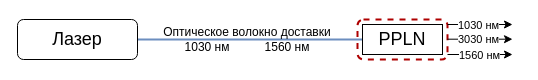
This is Presentation/images/problem_ppln.drawio from 3dsoundfromtagan/Russian-Phd-LaTeX-Dissertation-Template, a draw.io file, before an edit. Source tidied: cells renumbered, new cells numbered last; positions are measured from the earlier drawing's top-left corner, leaving out a move shared by most shapes. Both pictures are drawn from the tidied source at 100%, with x=0, y=0 at pixel (17, 19).
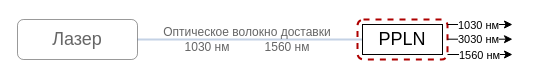
Above is the later version.

Change to the diagram source:
```diff
@@
 <mxGraphModel>
   <root>
     <mxCell id="0" />
     <mxCell id="1" parent="0" />
-    <mxCell id="2" style="edgeStyle=orthogonalEdgeStyle;rounded=0;jettySize=auto;html=1;exitX=1;exitY=0.5;exitDx=0;exitDy=0;entryX=0;entryY=0.5;entryDx=0;entryDy=0;fillColor=#dae8fc;strokeColor=#6c8ebf;endArrow=none;endFill=0;strokeWidth=2;" parent="1" edge="1" source="3" target="6">
+    <mxCell id="2" style="edgeStyle=orthogonalEdgeStyle;rounded=0;jettySize=auto;html=1;exitX=1;exitY=0.5;exitDx=0;exitDy=0;entryX=0;entryY=0.5;entryDx=0;entryDy=0;fillColor=#dae8fc;strokeColor=#6c8ebf;endArrow=none;endFill=0;strokeWidth=2;opacity=40;" parent="1" edge="1" source="3" target="6">
       <mxGeometry relative="1" as="geometry" />
     </mxCell>
-    <mxCell id="3" value="&lt;font style=&quot;font-size: 18px;&quot;&gt;Лазер&lt;/font&gt;" style="rounded=1;whiteSpace=wrap;html=1;" parent="1" vertex="1">
+    <mxCell id="3" value="&lt;font style=&quot;font-size: 18px; color: rgb(102, 102, 102);&quot;&gt;Лазер&lt;/font&gt;" style="rounded=1;whiteSpace=wrap;html=1;opacity=40;" parent="1" vertex="1">
       <mxGeometry width="120" height="40" as="geometry" />
     </mxCell>
-    <mxCell id="4" value="Оптическое волокно доставки&lt;div&gt;1030 нм&lt;span style=&quot;white-space: pre;&quot;&gt;&#9;&lt;/span&gt;&lt;span style=&quot;white-space: pre;&quot;&gt;&#9;&lt;/span&gt;1560 нм&lt;/div&gt;" style="whiteSpace=wrap;html=1;rounded=1;dashed=1;fillColor=none;strokeColor=none;strokeWidth=2;" parent="1" vertex="1">
+    <mxCell id="4" value="&lt;font style=&quot;color: rgb(102, 102, 102);&quot;&gt;Оптическое волокно доставки&lt;/font&gt;&lt;div&gt;&lt;font style=&quot;color: rgb(102, 102, 102);&quot;&gt;1030 нм&lt;span style=&quot;white-space: pre;&quot;&gt;&#9;&lt;/span&gt;&lt;span style=&quot;white-space: pre;&quot;&gt;&#9;&lt;/span&gt;1560 нм&lt;/font&gt;&lt;/div&gt;" style="whiteSpace=wrap;html=1;rounded=1;dashed=1;fillColor=none;strokeColor=none;strokeWidth=2;opacity=40;" parent="1" vertex="1">
       <mxGeometry x="120" width="220" height="40" as="geometry" />
     </mxCell>
     <mxCell id="5" style="whiteSpace=wrap;html=1;rounded=1;dashed=1;fillColor=none;strokeColor=#AE0000;strokeWidth=2;" parent="1" vertex="1">
       <mxGeometry x="340" width="90" height="40" as="geometry" />
     </mxCell>
     <mxCell id="6" value="&lt;font style=&quot;font-size: 18px;&quot;&gt;PPLN&lt;/font&gt;" style="rounded=0;whiteSpace=wrap;html=1;" parent="1" vertex="1">
       <mxGeometry x="345" y="5" width="80" height="30" as="geometry" />
     </mxCell>
     <mxCell id="7" style="endArrow=classic;html=1;rounded=0;" parent="1" edge="1">
       <mxGeometry relative="1" as="geometry">
         <mxPoint x="430" y="5" as="sourcePoint" />
         <mxPoint x="495" y="5" as="targetPoint" />
       </mxGeometry>
     </mxCell>
     <mxCell id="8" value="1030 нм" style="edgeLabel;html=1;align=center;verticalAlign=middle;" parent="7" vertex="1">
       <mxGeometry x="0.1" y="2" relative="1" as="geometry">
         <mxPoint x="-6" y="2" as="offset" />
       </mxGeometry>
     </mxCell>
     <mxCell id="9" style="endArrow=classic;html=1;rounded=0;" parent="1" edge="1">
       <mxGeometry relative="1" as="geometry">
         <mxPoint x="430" y="19.7" as="sourcePoint" />
         <mxPoint x="495" y="19.7" as="targetPoint" />
       </mxGeometry>
     </mxCell>
     <mxCell id="10" value="3030 нм" style="edgeLabel;html=1;align=center;verticalAlign=middle;" parent="9" vertex="1">
       <mxGeometry x="0.1" y="2" relative="1" as="geometry">
         <mxPoint x="-6" y="2" as="offset" />
       </mxGeometry>
     </mxCell>
     <mxCell id="11" style="endArrow=classic;html=1;rounded=0;" parent="1" edge="1">
       <mxGeometry relative="1" as="geometry">
         <mxPoint x="430" y="35" as="sourcePoint" />
         <mxPoint x="495" y="35" as="targetPoint" />
       </mxGeometry>
     </mxCell>
     <mxCell id="12" value="1560 нм" style="edgeLabel;html=1;align=center;verticalAlign=middle;" parent="11" vertex="1">
       <mxGeometry x="0.31" y="-1" relative="1" as="geometry">
         <mxPoint x="-12" y="-1" as="offset" />
       </mxGeometry>
     </mxCell>
   </root>
 </mxGraphModel>
```
